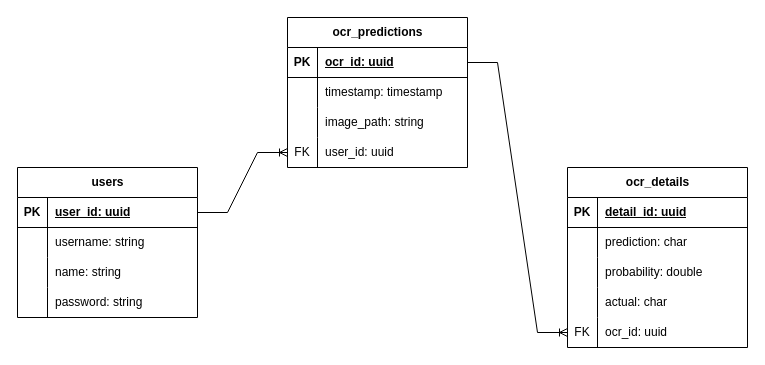
CC-04-24H2/ocrfix-docs keeps this draw.io diagram as page "ERD" (1 of 2) of OCRFix.drawio. Above is the earlier version. Source tidied: cells renumbered, new cells numbered last; positions are measured from the earlier drawing's top-left corner, leaving out a move shared by most shapes. Both pictures are drawn from the tidied source at 100%, with x=0, y=0 at pixel (17, 17).
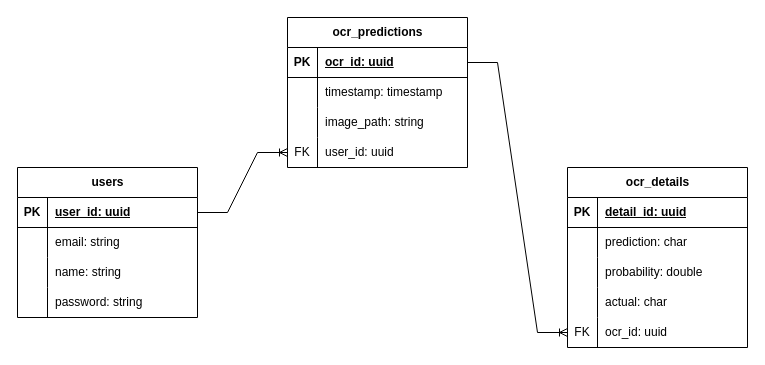
The same page after the edit.

Commit message:
feat(erd): change username to email

The change refers to these unchanged cells:
```xml
<mxCell id="6" style="shape=tableRow;horizontal=0;startSize=0;swimlaneHead=0;swimlaneBody=0;fillColor=none;top=0;left=0;right=0;bottom=0;" parent="2" vertex="1">
  <mxGeometry y="60" width="180" height="30" as="geometry" />
</mxCell>
```

Change to the diagram source:
```diff
@@
-    <mxCell id="8" value="username: string" style="shape=partialRectangle;fillColor=none;top=0;left=0;bottom=0;right=0;align=left;spacingLeft=6;overflow=hidden;whiteSpace=wrap;html=1;" parent="6" vertex="1">
+    <mxCell id="8" value="email: string" style="shape=partialRectangle;fillColor=none;top=0;left=0;bottom=0;right=0;align=left;spacingLeft=6;overflow=hidden;whiteSpace=wrap;html=1;" parent="6" vertex="1">
       <mxGeometry x="30" width="150" height="30" as="geometry" />
     </mxCell>
```
